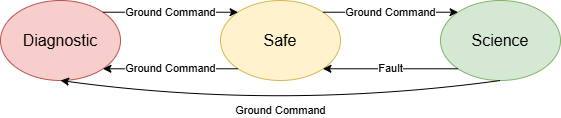
nasa/nos3 keeps this draw.io diagram as docs/wiki/_static/STF_Modes.png. Above is the earlier version. Source tidied: cells renumbered, new cells last; positions are measured from the earlier drawing's top-left corner, leaving out a move shared by most shapes. Its diagram source:
```xml
<mxGraphModel>
  <root>
    <mxCell id="0" />
    <mxCell id="1" parent="0" />
    <mxCell id="2" value="Diagnostic" style="ellipse;whiteSpace=wrap;html=1;fillColor=#f8cecc;strokeColor=#b85450;fontSize=16;" parent="1" vertex="1">
      <mxGeometry width="120" height="80" as="geometry" />
    </mxCell>
    <mxCell id="3" value="Safe" style="ellipse;whiteSpace=wrap;html=1;fillColor=#fff2cc;strokeColor=#d6b656;fontSize=16;" parent="1" vertex="1">
      <mxGeometry x="220" width="120" height="80" as="geometry" />
    </mxCell>
    <mxCell id="4" value="Science" style="ellipse;whiteSpace=wrap;html=1;fillColor=#d5e8d4;strokeColor=#82b366;fontSize=16;" parent="1" vertex="1">
      <mxGeometry x="440" width="120" height="80" as="geometry" />
    </mxCell>
    <mxCell id="5" value="Ground Command" style="endArrow=classic;html=1;rounded=0;exitX=1;exitY=0;exitDx=0;exitDy=0;entryX=0;entryY=0;entryDx=0;entryDy=0;" parent="1" edge="1" source="2" target="3">
      <mxGeometry relative="1" as="geometry" />
    </mxCell>
    <mxCell id="6" value="Ground Command" style="endArrow=classic;html=1;rounded=0;exitX=1;exitY=0;exitDx=0;exitDy=0;entryX=0;entryY=0;entryDx=0;entryDy=0;" parent="1" edge="1" source="3" target="4">
      <mxGeometry relative="1" as="geometry" />
    </mxCell>
    <mxCell id="7" value="Fault" style="endArrow=classic;html=1;rounded=0;exitX=0;exitY=1;exitDx=0;exitDy=0;entryX=1;entryY=1;entryDx=0;entryDy=0;" parent="1" edge="1" source="4" target="3">
      <mxGeometry relative="1" as="geometry" />
    </mxCell>
    <mxCell id="8" value="Ground Command" style="endArrow=classic;html=1;rounded=0;exitX=0;exitY=1;exitDx=0;exitDy=0;entryX=1;entryY=1;entryDx=0;entryDy=0;" parent="1" edge="1" source="3" target="2">
      <mxGeometry relative="1" as="geometry" />
    </mxCell>
    <mxCell id="9" value="Ground Command" style="curved=1;endArrow=classic;html=1;rounded=0;exitX=0.5;exitY=1;exitDx=0;exitDy=0;entryX=0.5;entryY=1;entryDx=0;entryDy=0;" parent="1" edge="1" source="4" target="2">
      <mxGeometry relative="1" as="geometry">
        <Array as="points">
          <mxPoint x="280" y="110" />
        </Array>
      </mxGeometry>
    </mxCell>
  </root>
</mxGraphModel>
```
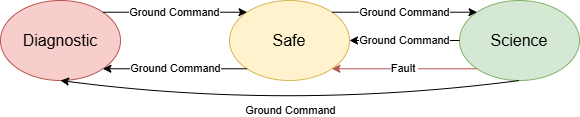
After the change.

Change to the diagram source:
```diff
@@ -3,13 +3,13 @@
     <mxCell id="0" />
     <mxCell id="1" parent="0" />
     <mxCell id="2" value="Diagnostic" style="ellipse;whiteSpace=wrap;html=1;fillColor=#f8cecc;strokeColor=#b85450;fontSize=16;" parent="1" vertex="1">
-      <mxGeometry width="120" height="80" as="geometry" />
+      <mxGeometry x="-9" width="120" height="80" as="geometry" />
     </mxCell>
     <mxCell id="3" value="Safe" style="ellipse;whiteSpace=wrap;html=1;fillColor=#fff2cc;strokeColor=#d6b656;fontSize=16;" parent="1" vertex="1">
       <mxGeometry x="220" width="120" height="80" as="geometry" />
     </mxCell>
     <mxCell id="4" value="Science" style="ellipse;whiteSpace=wrap;html=1;fillColor=#d5e8d4;strokeColor=#82b366;fontSize=16;" parent="1" vertex="1">
-      <mxGeometry x="440" width="120" height="80" as="geometry" />
+      <mxGeometry x="450" width="120" height="80" as="geometry" />
     </mxCell>
     <mxCell id="5" value="Ground Command" style="endArrow=classic;html=1;rounded=0;exitX=1;exitY=0;exitDx=0;exitDy=0;entryX=0;entryY=0;entryDx=0;entryDy=0;" parent="1" edge="1" source="2" target="3">
       <mxGeometry relative="1" as="geometry" />
@@ -17,7 +17,7 @@
     <mxCell id="6" value="Ground Command" style="endArrow=classic;html=1;rounded=0;exitX=1;exitY=0;exitDx=0;exitDy=0;entryX=0;entryY=0;entryDx=0;entryDy=0;" parent="1" edge="1" source="3" target="4">
       <mxGeometry relative="1" as="geometry" />
     </mxCell>
-    <mxCell id="7" value="Fault" style="endArrow=classic;html=1;rounded=0;exitX=0;exitY=1;exitDx=0;exitDy=0;entryX=1;entryY=1;entryDx=0;entryDy=0;" parent="1" edge="1" source="4" target="3">
+    <mxCell id="7" value="&lt;div&gt;Fault&amp;nbsp;&lt;/div&gt;" style="endArrow=classic;html=1;rounded=0;exitX=0;exitY=1;exitDx=0;exitDy=0;entryX=1;entryY=1;entryDx=0;entryDy=0;fillColor=#f8cecc;strokeColor=#b85450;" parent="1" edge="1" source="4" target="3">
       <mxGeometry relative="1" as="geometry" />
     </mxCell>
     <mxCell id="8" value="Ground Command" style="endArrow=classic;html=1;rounded=0;exitX=0;exitY=1;exitDx=0;exitDy=0;entryX=1;entryY=1;entryDx=0;entryDy=0;" parent="1" edge="1" source="3" target="2">
@@ -30,5 +30,8 @@
         </Array>
       </mxGeometry>
     </mxCell>
+    <mxCell id="10" value="Ground Command" style="endArrow=classic;html=1;rounded=0;exitX=0;exitY=0.5;exitDx=0;exitDy=0;entryX=1;entryY=0.5;entryDx=0;entryDy=0;" parent="1" edge="1" source="4" target="3">
+      <mxGeometry relative="1" as="geometry" />
+    </mxCell>
   </root>
 </mxGraphModel>
```
